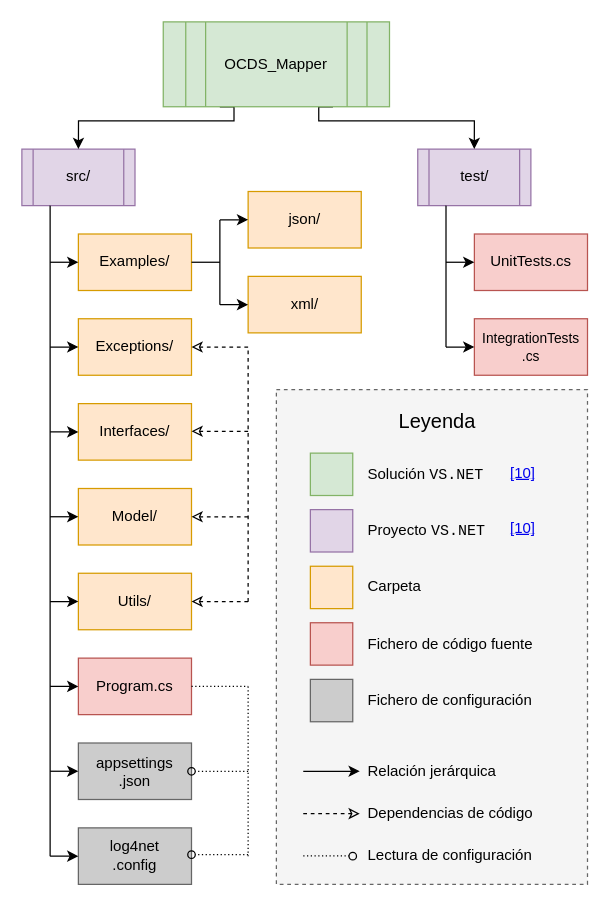
Earlier version of the draw.io diagram Memoria/schemes/estructura.drawio (hxshfx/TFG_PabloPalomoLopez). Source tidied: cells renumbered, new cells numbered last; positions are measured from the earlier drawing's top-left corner, leaving out a move shared by most shapes. Both pictures are drawn from the tidied source at 125%, with x=0, y=0 at pixel (21, 21).
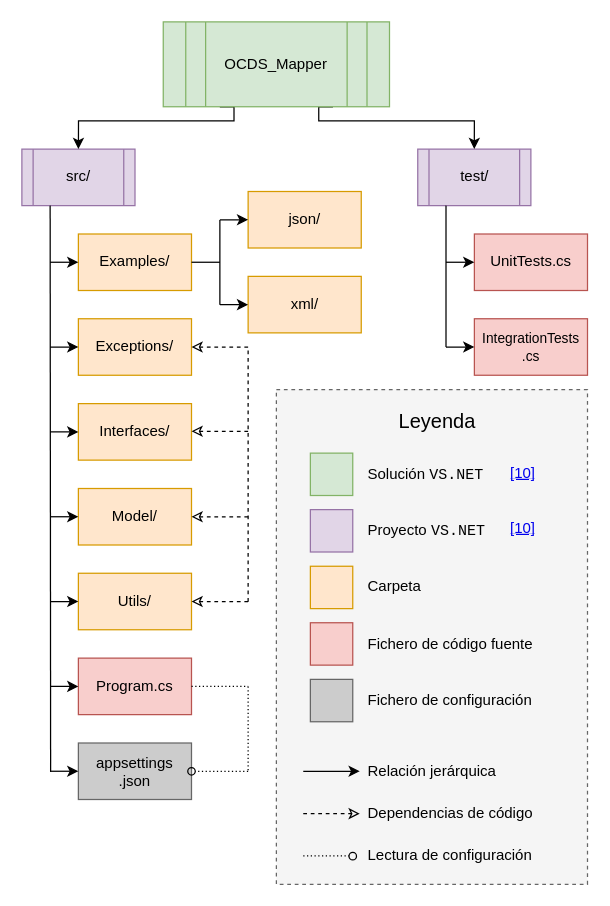
After the change.

The change refers to these unchanged cells:
```xml
<mxCell id="2" style="group;" parent="1" vertex="1">
  <mxGeometry width="452.5" height="690" as="geometry" />
</mxCell>
<mxCell id="3" value="src/" style="shape=process;whiteSpace=wrap;html=1;backgroundOutline=1;direction=west;fillColor=#e1d5e7;strokeColor=#9673a6;" parent="2" vertex="1">
  <mxGeometry y="101.8" width="90.5" height="45.2" as="geometry" />
</mxCell>
```

The edit, as a diff of the source:
```diff
@@
-    <mxCell id="18" value="log4net&lt;br&gt;.config" style="rounded=0;whiteSpace=wrap;html=1;strokeColor=#666666;fillColor=#CCCCCC;" parent="2" vertex="1">
-      <mxGeometry x="45.2" y="644.8" width="90.5" height="45.2" as="geometry" />
-    </mxCell>
@@
     <mxCell id="48" style="endArrow=none;html=1;dashed=1;dashPattern=1 2;fontColor=#000000;" parent="2" edge="1">
       <mxGeometry relative="1" as="geometry">
         <mxPoint x="181" y="531.6" as="sourcePoint" />
-        <mxPoint x="181" y="667.4" as="targetPoint" />
+        <mxPoint x="181" y="600" as="targetPoint" />
       </mxGeometry>
     </mxCell>
-    <mxCell id="49" style="endArrow=oval;html=1;dashed=1;dashPattern=1 2;fontColor=#000000;entryX=1;entryY=0.5;entryDx=0;entryDy=0;endFill=0;" parent="2" edge="1">
-      <mxGeometry relative="1" as="geometry">
-        <mxPoint x="181" y="666.2" as="sourcePoint" />
-        <mxPoint x="135.7" y="666.2" as="targetPoint" />
-      </mxGeometry>
-    </mxCell>
@@
     <mxCell id="52" style="endArrow=none;html=1;fontColor=#000000;entryX=0.75;entryY=0;entryDx=0;entryDy=0;" parent="2" edge="1" target="3">
       <mxGeometry relative="1" as="geometry">
-        <mxPoint x="22.6" y="667.4" as="sourcePoint" />
+        <mxPoint x="23" y="600" as="sourcePoint" />
       </mxGeometry>
     </mxCell>
@@
-    <mxCell id="60" style="endArrow=classic;html=1;fontColor=#000000;entryX=0;entryY=0.5;entryDx=0;entryDy=0;" parent="2" edge="1" target="18">
-      <mxGeometry relative="1" as="geometry">
-        <mxPoint x="22.6" y="667.4" as="sourcePoint" />
-      </mxGeometry>
-    </mxCell>
```
